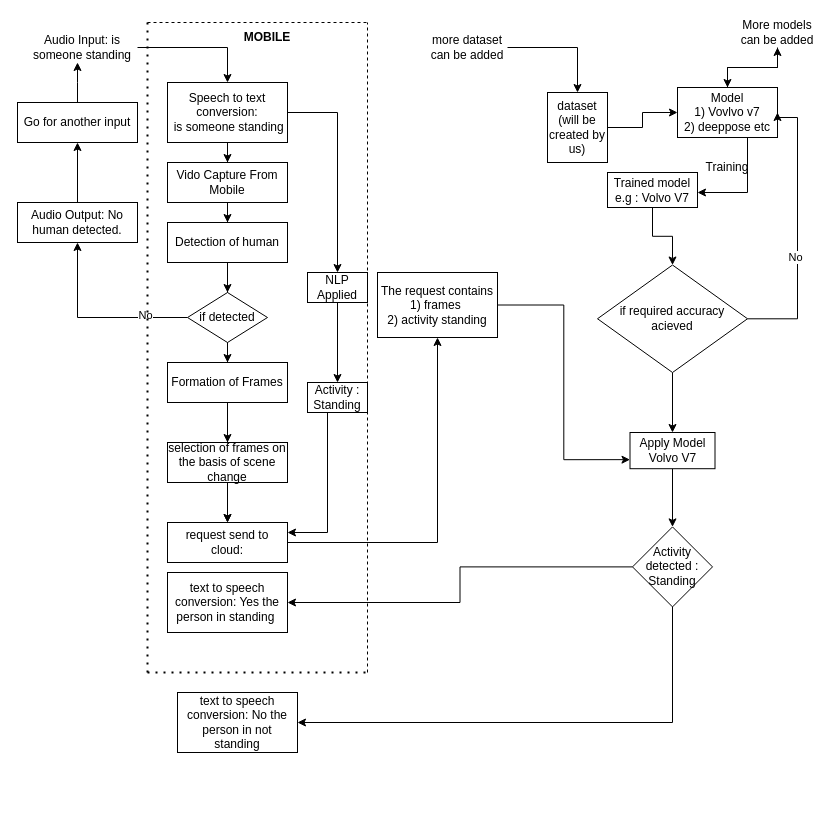
ahmad2001hotmailyahoo/ahmad-arc keeps this draw.io diagram as ArchectectureDaigram.drawio. Above is the earlier version. Source tidied: cells renumbered, new cells numbered last; positions are measured from the earlier drawing's top-left corner, leaving out a move shared by most shapes. Both pictures are drawn from the tidied source at 100%, with x=0, y=0 at pixel (17, 17).
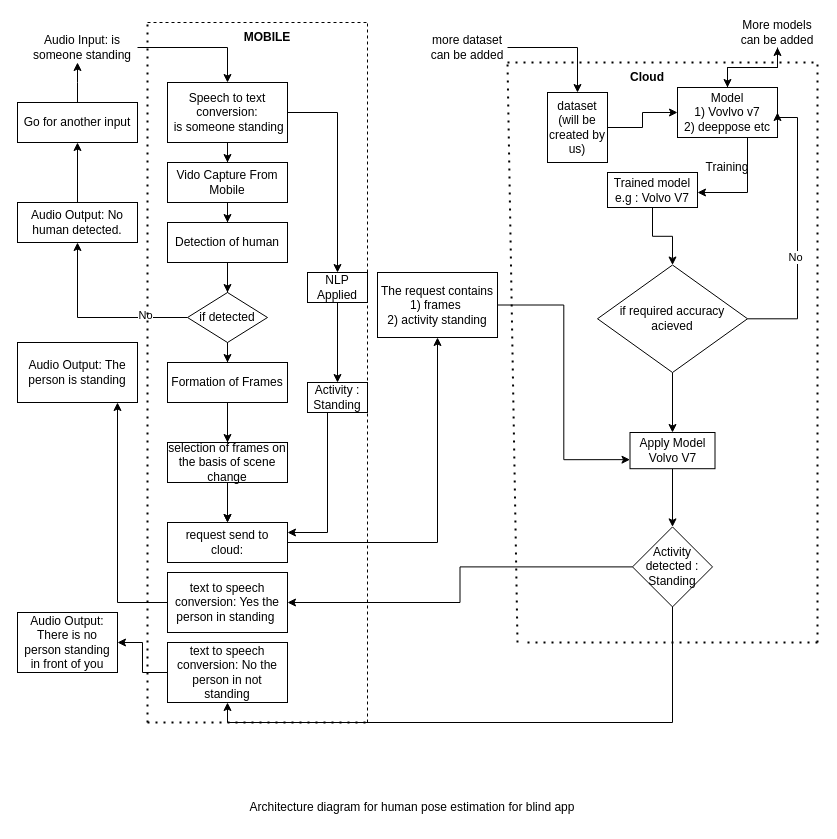
The same page after the edit.

Unchanged cells that the change refers to:
```xml
<mxCell id="38" value="more dataset can be added&lt;br&gt;" style="text;html=1;strokeColor=none;fillColor=none;align=center;verticalAlign=middle;whiteSpace=wrap;rounded=0;" parent="1" vertex="1">
  <mxGeometry x="410" width="80" height="60" as="geometry" />
</mxCell>
<mxCell id="58" value="text to speech conversion: Yes the person in standing&amp;nbsp;" style="whiteSpace=wrap;html=1;" parent="1" vertex="1">
  <mxGeometry x="150" y="555" width="120" height="60" as="geometry" />
</mxCell>
```

The edit, as a diff of the source:
```diff
@@
     <mxCell id="28" style="endArrow=none;dashed=1;html=1;dashPattern=1 3;strokeWidth=2;rounded=0;" parent="1" edge="1">
       <mxGeometry relative="1" as="geometry">
-        <mxPoint x="130" y="655" as="sourcePoint" />
+        <mxPoint x="130" y="705" as="sourcePoint" />
         <mxPoint x="130" y="5" as="targetPoint" />
       </mxGeometry>
     </mxCell>
@@
     <mxCell id="30" style="endArrow=none;dashed=1;html=1;rounded=0;" parent="1" edge="1">
       <mxGeometry relative="1" as="geometry">
-        <mxPoint x="350" y="655" as="sourcePoint" />
+        <mxPoint x="350" y="705" as="sourcePoint" />
         <mxPoint x="350" y="5" as="targetPoint" />
       </mxGeometry>
     </mxCell>
     <mxCell id="31" style="endArrow=none;dashed=1;html=1;dashPattern=1 3;strokeWidth=2;rounded=0;" parent="1" edge="1">
       <mxGeometry relative="1" as="geometry">
-        <mxPoint x="130" y="655" as="sourcePoint" />
-        <mxPoint x="350" y="655" as="targetPoint" />
+        <mxPoint x="130" y="705" as="sourcePoint" />
+        <mxPoint x="350" y="705" as="targetPoint" />
       </mxGeometry>
     </mxCell>
@@
+    <mxCell id="60" style="edgeStyle=orthogonalEdgeStyle;rounded=0;jettySize=auto;html=1;" parent="1" edge="1" source="58" target="67">
+      <mxGeometry relative="1" as="geometry">
+        <Array as="points">
+          <mxPoint x="100" y="585" />
+        </Array>
+      </mxGeometry>
+    </mxCell>
@@
+    <mxCell id="61" style="edgeStyle=orthogonalEdgeStyle;rounded=0;jettySize=auto;html=1;" parent="1" edge="1" source="59" target="68">
+      <mxGeometry relative="1" as="geometry" />
+    </mxCell>
     <mxCell id="59" value="text to speech conversion: No the person in not standing" style="whiteSpace=wrap;html=1;" parent="1" vertex="1">
-      <mxGeometry x="160" y="675" width="120" height="60" as="geometry" />
+      <mxGeometry x="150" y="625" width="120" height="60" as="geometry" />
     </mxCell>
+    <mxCell id="62" value="&lt;b&gt;Cloud&lt;/b&gt;" style="text;html=1;strokeColor=none;fillColor=none;align=center;verticalAlign=middle;whiteSpace=wrap;rounded=0;" parent="1" vertex="1">
+      <mxGeometry x="600" y="45" width="60" height="30" as="geometry" />
+    </mxCell>
+    <mxCell id="63" style="endArrow=none;dashed=1;html=1;dashPattern=1 3;strokeWidth=2;rounded=0;exitX=1;exitY=0.75;exitDx=0;exitDy=0;" parent="1" edge="1" source="38">
+      <mxGeometry relative="1" as="geometry">
+        <mxPoint x="800" y="45" as="targetPoint" />
+      </mxGeometry>
+    </mxCell>
+    <mxCell id="64" style="endArrow=none;dashed=1;html=1;dashPattern=1 3;strokeWidth=2;rounded=0;" parent="1" edge="1">
+      <mxGeometry relative="1" as="geometry">
+        <mxPoint x="500" y="625" as="sourcePoint" />
+        <mxPoint x="490" y="45" as="targetPoint" />
+      </mxGeometry>
+    </mxCell>
+    <mxCell id="65" style="endArrow=none;dashed=1;html=1;dashPattern=1 3;strokeWidth=2;rounded=0;" parent="1" edge="1">
+      <mxGeometry relative="1" as="geometry">
+        <mxPoint x="510" y="625" as="sourcePoint" />
+        <mxPoint x="800" y="625" as="targetPoint" />
+      </mxGeometry>
+    </mxCell>
+    <mxCell id="66" style="endArrow=none;dashed=1;html=1;dashPattern=1 3;strokeWidth=2;rounded=0;" parent="1" edge="1">
+      <mxGeometry relative="1" as="geometry">
+        <mxPoint x="800" y="625" as="sourcePoint" />
+        <mxPoint x="800" y="45" as="targetPoint" />
+      </mxGeometry>
+    </mxCell>
+    <mxCell id="67" value="Audio Output: The person is standing" style="whiteSpace=wrap;html=1;" parent="1" vertex="1">
+      <mxGeometry y="325" width="120" height="60" as="geometry" />
+    </mxCell>
+    <mxCell id="68" value="Audio Output: There is no person standing in front of you" style="whiteSpace=wrap;html=1;" parent="1" vertex="1">
+      <mxGeometry y="595" width="100" height="60" as="geometry" />
+    </mxCell>
+    <mxCell id="69" value="&lt;span&gt;Architecture&lt;/span&gt;&amp;nbsp;diagram for human pose estimation for blind app" style="text;html=1;strokeColor=none;fillColor=none;align=center;verticalAlign=middle;whiteSpace=wrap;rounded=0;" parent="1" vertex="1">
+      <mxGeometry x="170" y="775" width="450" height="30" as="geometry" />
+    </mxCell>
```
